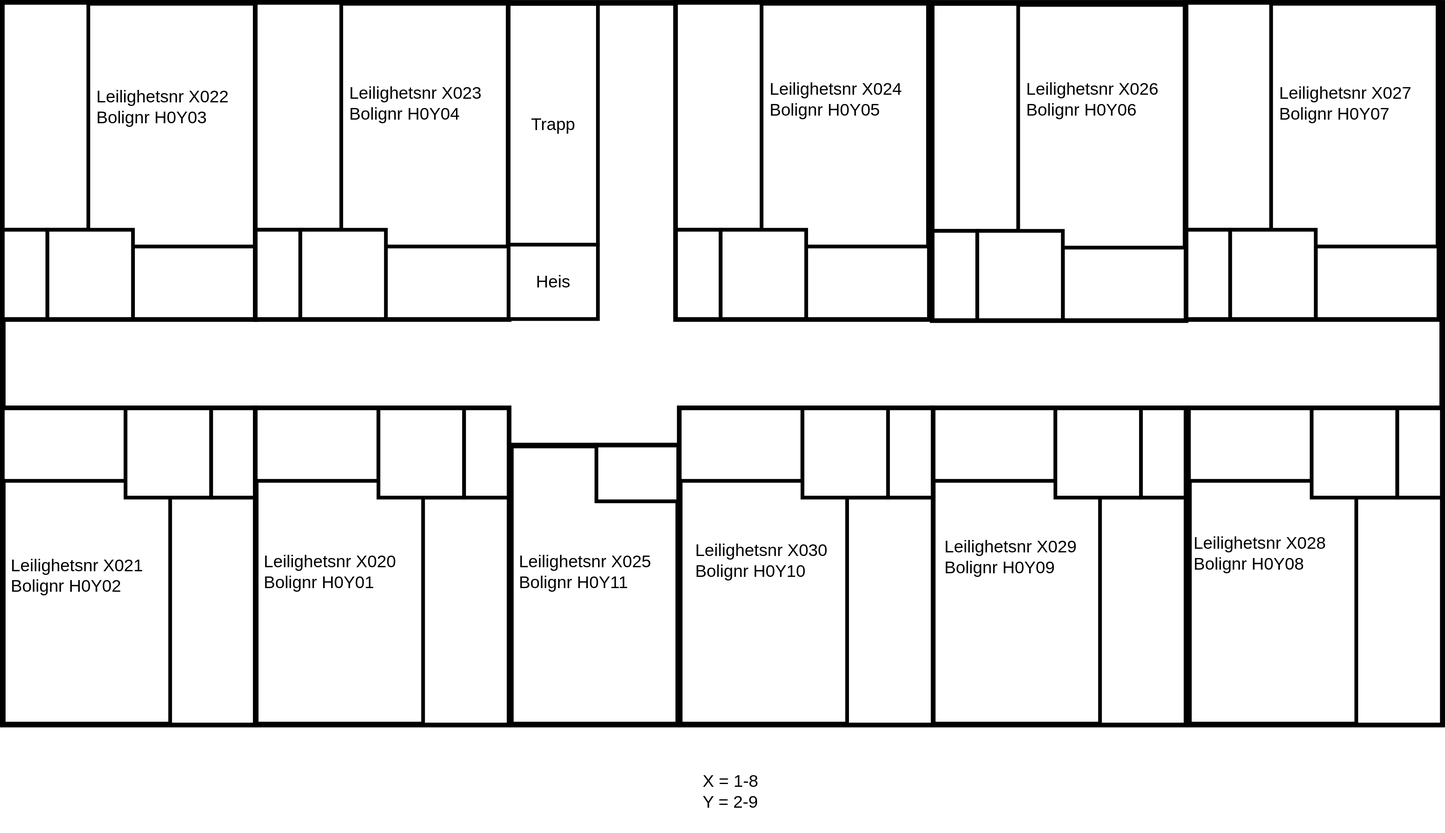
This is content/about/apartments/types/map84.drawio.svg from setrabrl/setrabrl.github.io, a draw.io export, as it was before one commit. Source tidied: cells renumbered, new cells last; positions are measured from the earlier drawing's top-left corner, leaving out a move shared by most shapes.
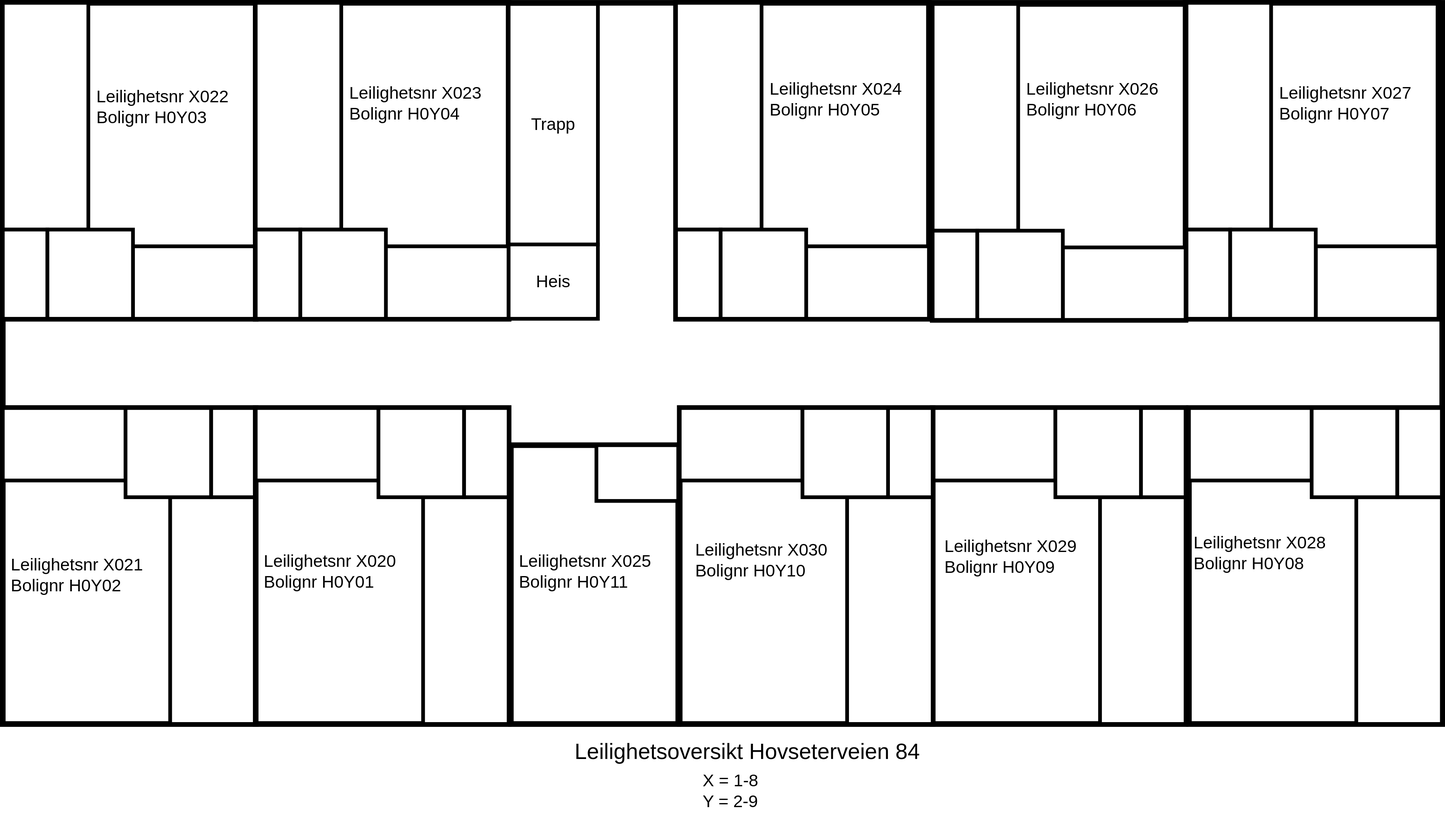
Above is the later version.

What changed in the source:
```diff
@@ -233,5 +233,8 @@
     <mxCell id="78" value="X = 1-8&lt;br&gt;Y = 2-9&amp;nbsp;&amp;nbsp;" style="text;html=1;strokeColor=none;fillColor=none;align=left;verticalAlign=middle;whiteSpace=wrap;rounded=0;fontSize=46;" parent="1" vertex="1">
       <mxGeometry x="1880" y="2010" width="280" height="220" as="geometry" />
     </mxCell>
+    <mxCell id="79" value="Leilighetsoversikt Hovseterveien 84" style="text;html=1;strokeColor=none;fillColor=none;align=center;verticalAlign=middle;whiteSpace=wrap;rounded=0;fontSize=59;" parent="1" vertex="1">
+      <mxGeometry x="1210" y="2000" width="1584" height="30" as="geometry" />
+    </mxCell>
   </root>
 </mxGraphModel>
```
